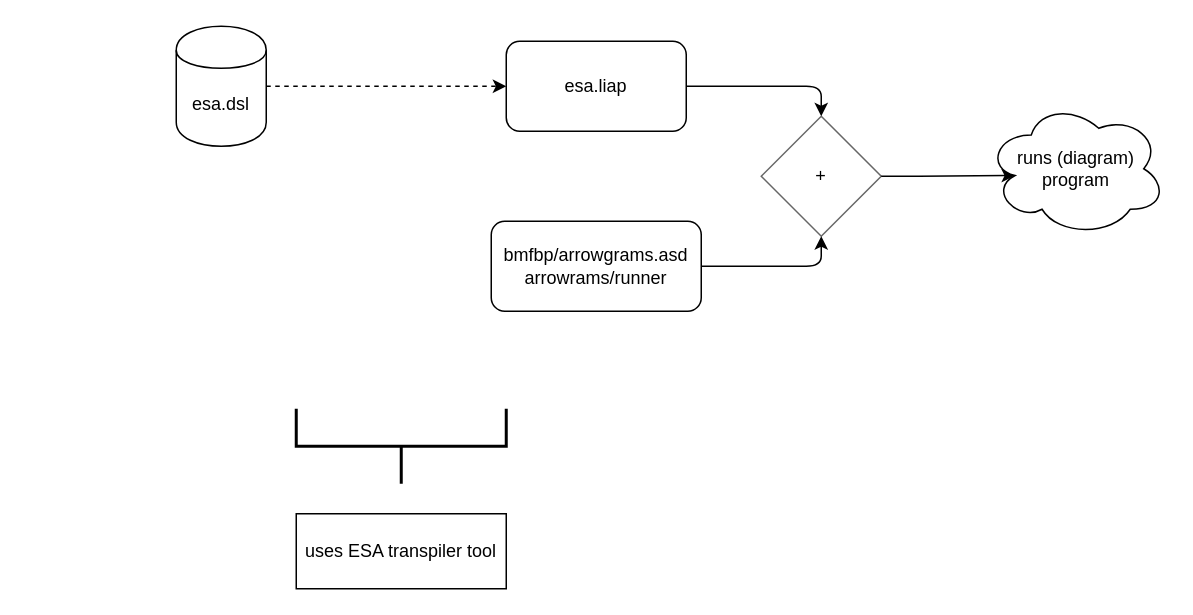
This is page "CL Runner" (11 of 12) of project overview.drawio from bmfbp/bmfbp, a draw.io file, before an edit. Source tidied: cells renumbered, new cells numbered last; positions are measured from the earlier drawing's top-left corner, leaving out a move shared by most shapes. Both pictures are drawn from the tidied source at 150%, with x=0, y=0 at pixel (176, 26).
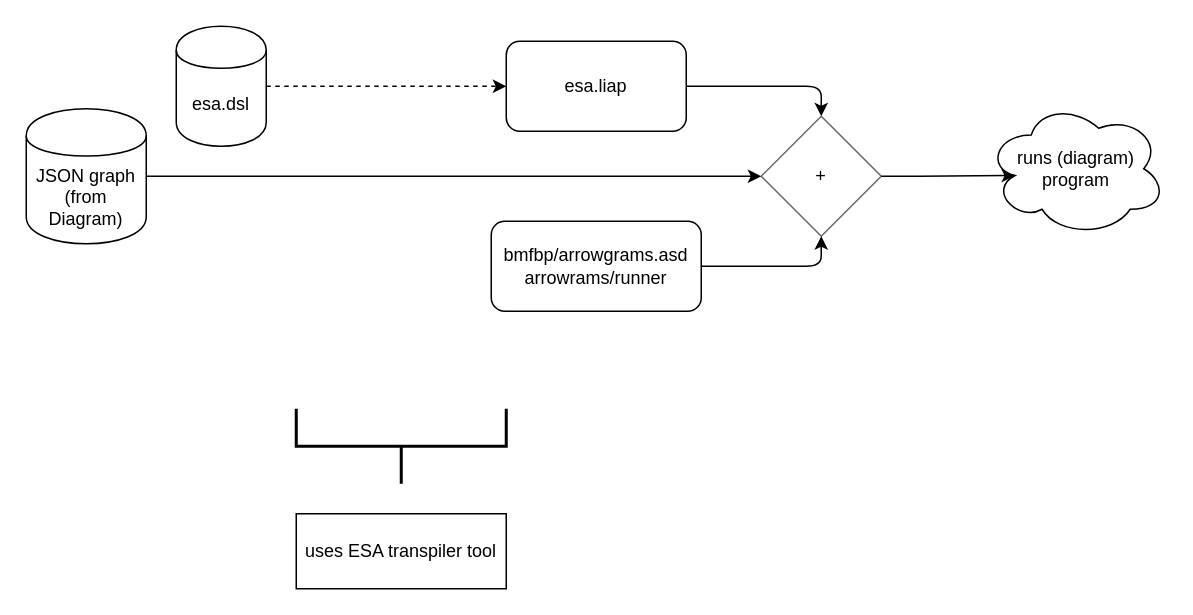
The same diagram, later.

The edit, as a diff of the source:
```diff
@@
 <mxGraphModel>
   <root>
     <mxCell id="0" />
     <mxCell id="1" parent="0" />
     <mxCell id="2" style="strokeWidth=2;html=1;shape=mxgraph.flowchart.annotation_2;align=left;labelPosition=right;rotation=-90;" parent="1" vertex="1">
       <mxGeometry x="125" y="210" width="50" height="140" as="geometry" />
     </mxCell>
     <mxCell id="3" value="uses ESA transpiler tool" style="text;html=1;strokeColor=#000000;fillColor=none;align=center;verticalAlign=middle;whiteSpace=wrap;rounded=0;" parent="1" vertex="1">
       <mxGeometry x="80" y="325" width="140" height="50" as="geometry" />
     </mxCell>
     <mxCell id="4" style="edgeStyle=orthogonalEdgeStyle;rounded=1;jettySize=auto;html=1;exitX=1;exitY=0.5;exitDx=0;exitDy=0;entryX=0.5;entryY=1;entryDx=0;entryDy=0;" parent="1" edge="1" source="5" target="11">
       <mxGeometry relative="1" as="geometry" />
     </mxCell>
     <mxCell id="5" value="bmfbp/arrowgrams.asd arrowrams/runner" style="rounded=1;whiteSpace=wrap;html=1;" parent="1" vertex="1">
       <mxGeometry x="210" y="130" width="140" height="60" as="geometry" />
     </mxCell>
     <mxCell id="6" style="edgeStyle=orthogonalEdgeStyle;rounded=1;jettySize=auto;html=1;exitX=1;exitY=0.5;exitDx=0;exitDy=0;entryX=0.5;entryY=0;entryDx=0;entryDy=0;" parent="1" edge="1" source="7" target="11">
       <mxGeometry relative="1" as="geometry" />
     </mxCell>
     <mxCell id="7" value="esa.liap" style="rounded=1;whiteSpace=wrap;html=1;" parent="1" vertex="1">
       <mxGeometry x="220" y="10" width="120" height="60" as="geometry" />
     </mxCell>
     <mxCell id="8" style="edgeStyle=orthogonalEdgeStyle;rounded=1;jettySize=auto;html=1;entryX=0;entryY=0.5;entryDx=0;entryDy=0;dashed=1;fontColor=#999999;" parent="1" edge="1" source="9" target="7">
       <mxGeometry relative="1" as="geometry" />
     </mxCell>
     <mxCell id="9" value="esa.dsl" style="shape=cylinder;whiteSpace=wrap;html=1;boundedLbl=1;backgroundOutline=1;" parent="1" vertex="1">
       <mxGeometry width="60" height="80" as="geometry" />
     </mxCell>
     <mxCell id="10" style="edgeStyle=orthogonalEdgeStyle;rounded=1;jettySize=auto;html=1;exitX=1;exitY=0.5;exitDx=0;exitDy=0;entryX=0.16;entryY=0.55;entryDx=0;entryDy=0;entryPerimeter=0;" parent="1" edge="1" source="11" target="12">
       <mxGeometry relative="1" as="geometry" />
     </mxCell>
     <mxCell id="11" value="+" style="rhombus;whiteSpace=wrap;html=1;shadow=0;opacity=60;" parent="1" vertex="1">
       <mxGeometry x="390" y="60" width="80" height="80" as="geometry" />
     </mxCell>
     <mxCell id="12" value="runs (diagram) program" style="ellipse;shape=cloud;whiteSpace=wrap;html=1;shadow=0;" parent="1" vertex="1">
       <mxGeometry x="540" y="50" width="120" height="90" as="geometry" />
     </mxCell>
+    <mxCell id="13" style="edgeStyle=none;rounded=1;jettySize=auto;html=1;exitX=1;exitY=0.5;exitDx=0;exitDy=0;endArrow=classic;endFill=1;fontColor=#CCCCCC;entryX=0;entryY=0.5;entryDx=0;entryDy=0;" parent="1" edge="1" source="14" target="11">
+      <mxGeometry relative="1" as="geometry" />
+    </mxCell>
+    <mxCell id="14" value="JSON graph (from Diagram)" style="shape=cylinder;whiteSpace=wrap;html=1;boundedLbl=1;backgroundOutline=1;" parent="1" vertex="1">
+      <mxGeometry x="-100" y="55" width="80" height="90" as="geometry" />
+    </mxCell>
   </root>
 </mxGraphModel>
```
